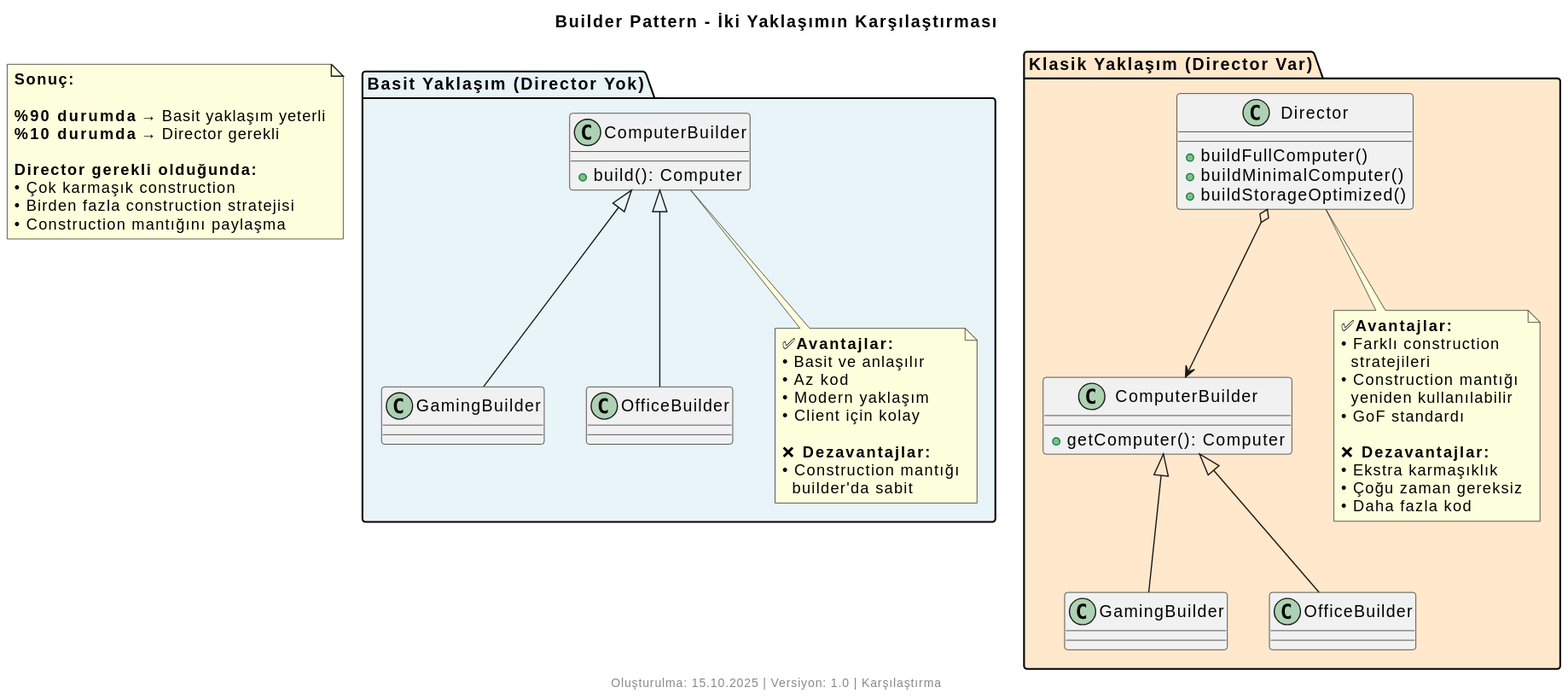
kaayra2000/tasarim_kaliplari keeps this PlantUML diagram as creational/builder/basic_classic_diff/diagram.svg. Above is the earlier version.
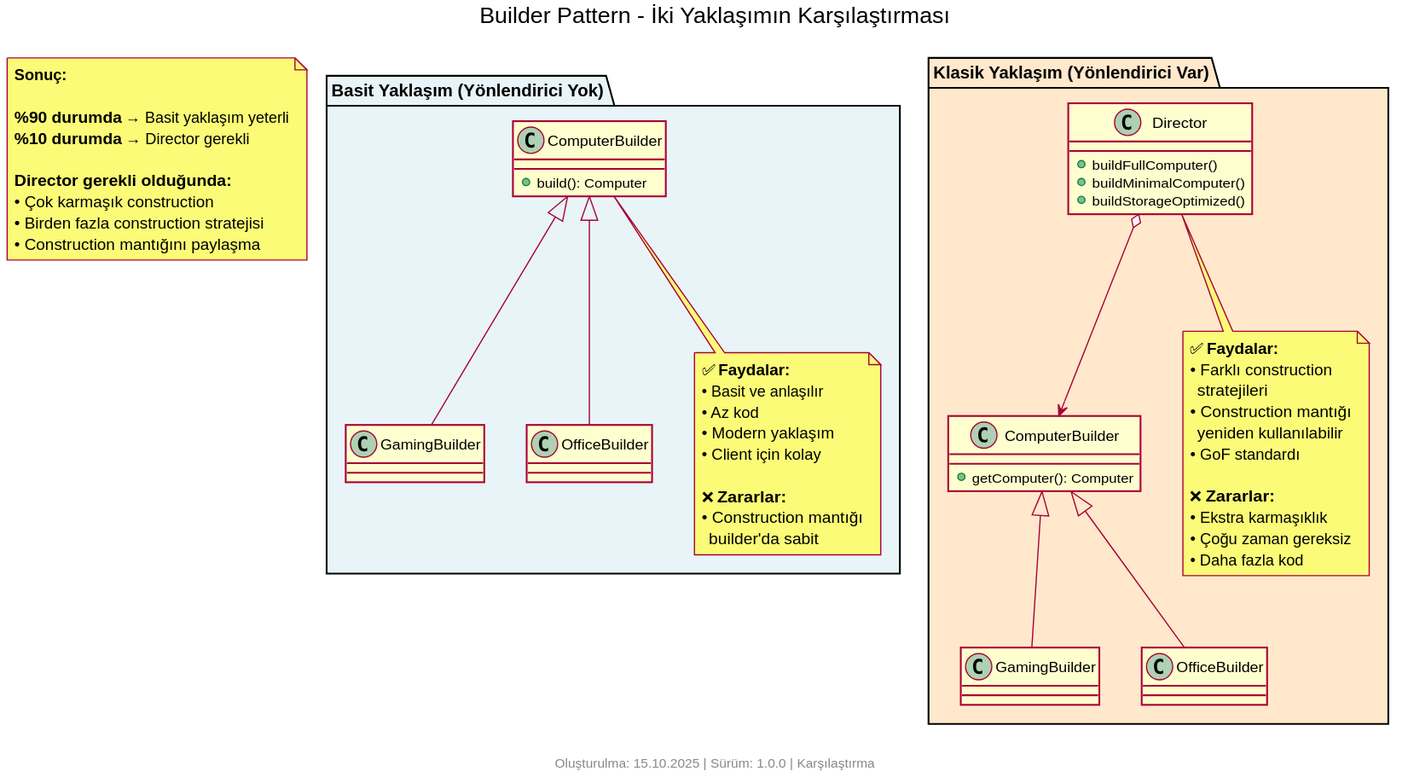
Later version of the same file.

The edit, as a diff of the source:
```diff
@@ -5,7 +5,7 @@
 skinparam backgroundColor #FFFFFF
 skinparam shadowing false
 
-package "Basit Yaklaşım (Director Yok)" #E8F4F8 {
+package "Basit Yaklaşım (Yönlendirici Yok)" #E8F4F8 {
     class "ComputerBuilder" as CB1 {
         +build(): Computer
     }
@@ -20,19 +20,19 @@
     CB1 <|-- OB1
 
     note bottom of CB1
-      ✅ **Avantajlar:**
+      ✅ **Faydalar:**
       • Basit ve anlaşılır
       • Az kod
       • Modern yaklaşım
       • Client için kolay
 
-      ❌ **Dezavantajlar:**
+      ❌ **Zararlar:**
       • Construction mantığı
         builder'da sabit
     end note
 }
 
-package "Klasik Yaklaşım (Director Var)" #FFE8CC {
+package "Klasik Yaklaşım (Yönlendirici Var)" #FFE8CC {
     class "ComputerBuilder" as CB2 {
         +getComputer(): Computer
     }
@@ -54,14 +54,14 @@
     DIR o--> CB2
 
     note bottom of DIR
-      ✅ **Avantajlar:**
+      ✅ **Faydalar:**
       • Farklı construction
         stratejileri
       • Construction mantığı
         yeniden kullanılabilir
       • GoF standardı
 
-      ❌ **Dezavantajlar:**
+      ❌ **Zararlar:**
       • Ekstra karmaşıklık
       • Çoğu zaman gereksiz
       • Daha fazla kod
@@ -70,5 +70,6 @@
 
 note "**Sonuç:**\n\n**%90 durumda** → Basit yaklaşım yeterli\n**%10 durumda** → Director gerekli\n\n**Director gerekli olduğunda:**\n• Çok karmaşık construction\n• Birden fazla construction stratejisi\n• Construction mantığını paylaşma" as CONCLUSION
 
-footer Oluşturulma: 15.10.2025 | Versiyon: 1.0 | Karşılaştırma
+footer Oluşturulma: 15.10.2025 | Sürüm: 1.0.0 | Karşılaştırma
+
 @enduml
```
